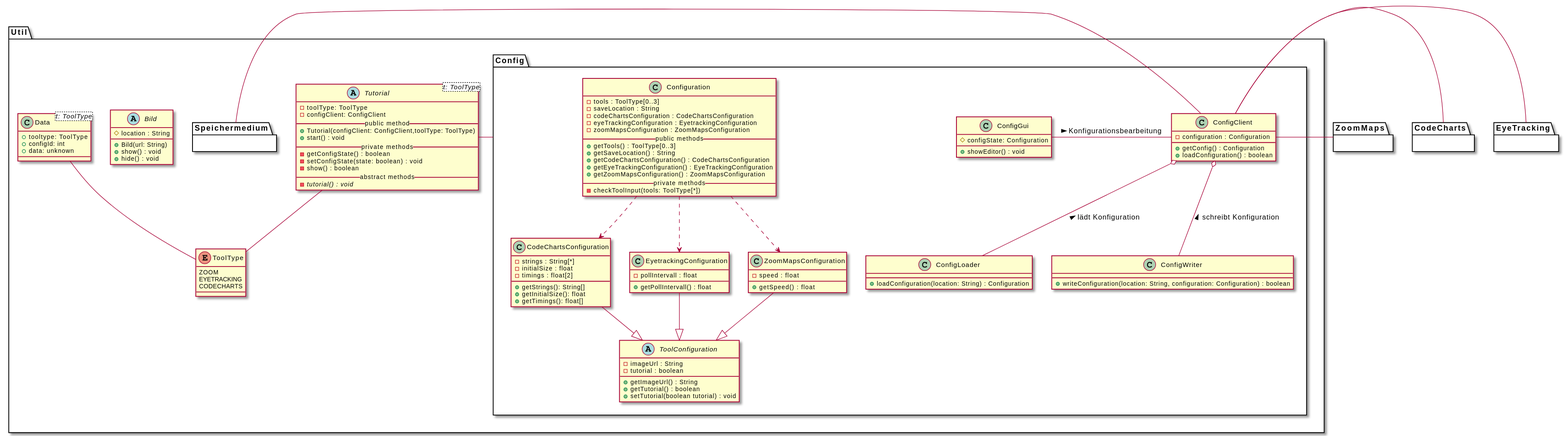
weichware-10/dokumente keeps this PlantUML diagram as uml-class/util/util.svg. Above is the earlier version. Source of this version:
```plantuml
@startuml
package ZoomMaps {}
package CodeCharts {}
package EyeTracking {}

package Util {
    abstract Tutorial<t: ToolType> {
      - toolType: ToolType
      - configClient: ConfigClient
      __public method__
      + Tutorial(configClient: ConfigClient,toolType: ToolType)
      + start() : void
      __private methods__
      - getConfigState() : boolean
      - setConfigState(state: boolean) : void
      - show() : boolean
      __abstract methods__
      - {abstract} tutorial() : void
    }

    enum ToolType {
        ZOOM
        EYETRACKING
        CODECHARTS
    }


    abstract Bild {
        # location : String
        + Bild(url: String)
        + show() : void
        + hide() : void
    }

    class Data<t: ToolType> {
        + tooltype: ToolType
        + configId: int
        + data: unknown
    }

    package Config {
        class ConfigClient {
            - configuration : Configuration
            + getConfig() : Configuration
            + loadConfiguration() : boolean
        }
        class ConfigLoader {
            + loadConfiguration(location: String) : Configuration
        }
        class ConfigWriter {
            + writeConfiguration(location: String, configuration: Configuration) : boolean
        }
        class ConfigGui {
            # configState: Configuration
            + showEditor() : void
        }
        class Configuration {
            - tools : ToolType[0..3]
            - saveLocation : String
            - codeChartsConfiguration : CodeChartsConfiguration
            - eyeTrackingConfiguration : EyetrackingConfiguration
            - zoomMapsConfiguration : ZoomMapsConfiguration
            __public methods__
            + getTools() : ToolType[0..3]
            + getSaveLocation() : String
            + getCodeChartsConfiguration() : CodeChartsConfiguration
            + getEyeTrackingConfiguration() : EyeTrackingConfiguration
            + getZoomMapsConfiguration() : ZoomMapsConfiguration
            __private methods__
            - checkToolInput(tools: ToolType[*])
        }
        class CodeChartsConfiguration {
            - strings : String[*]
            - initialSize : float
            - timings : float[2]
            + getStrings(): String[]
            + getInitialSize(): float
            + getTimings(): float[]
        }
        class EyetrackingConfiguration {
            - pollIntervall : float
            + getPollIntervall() : float
        }
        class ZoomMapsConfiguration {
            - speed : float
            + getSpeed() : float
        }
        abstract ToolConfiguration {
            - imageUrl : String
            - tutorial : boolean
            + getImageUrl() : String
            + getTutorial() : boolean
            + setTutorial(boolean tutorial) : void
        }


        ConfigClient o-d- ConfigLoader : < lädt Konfiguration

        ConfigClient o-d- ConfigWriter : < schreibt Konfiguration

        ConfigClient -l- ConfigGui : < Konfigurationsbearbeitung

        Configuration ..> ZoomMapsConfiguration
        Configuration ..> CodeChartsConfiguration
        Configuration ..> EyetrackingConfiguration

        ZoomMapsConfiguration --|> ToolConfiguration
        CodeChartsConfiguration --|> ToolConfiguration
        EyetrackingConfiguration --|> ToolConfiguration
    }

    package Speichermedium {}

    Tutorial -- ToolType
    Data -- ToolType
    Tutorial -r- Config
    ConfigClient -r- Speichermedium

}
ConfigClient -r- ZoomMaps
ConfigClient -r- CodeCharts
ConfigClient -r- EyeTracking
@enduml
```
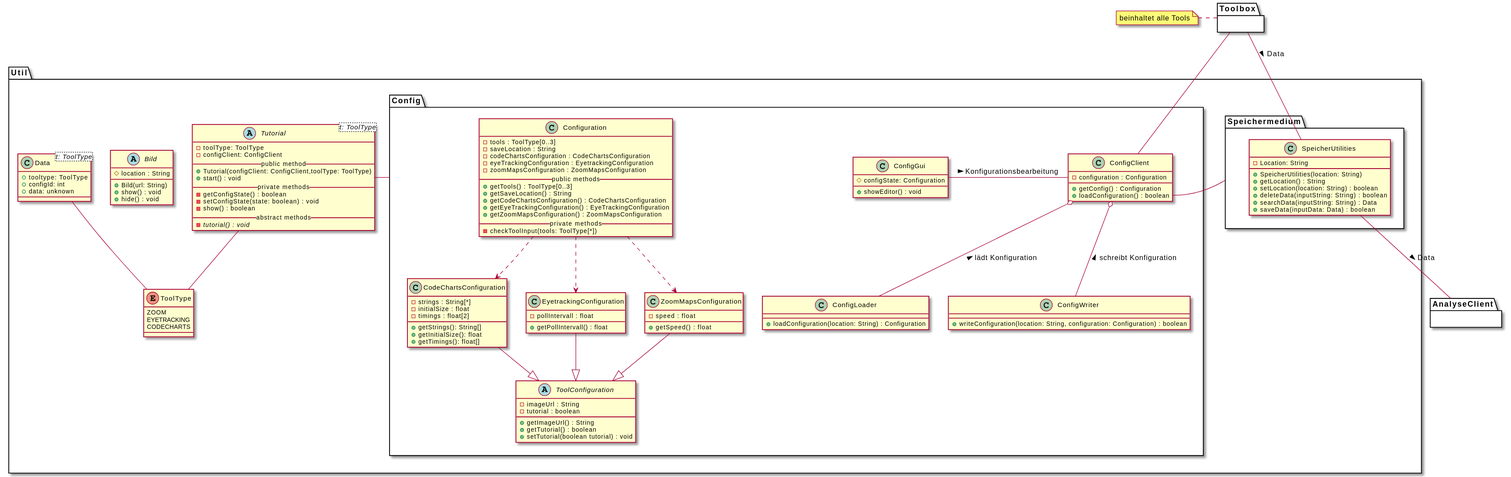
The same diagram one commit later.

Commit message:
[chore] rendered SVGs

Change to the diagram source:
```diff
@@ -1,7 +1,7 @@
 @startuml
-package ZoomMaps {}
-package CodeCharts {}
-package EyeTracking {}
+package Toolbox {}
+note left of Toolbox: beinhaltet alle Tools
+package AnalyseClient {}
 
 package Util {
     abstract Tutorial<t: ToolType> {
@@ -109,7 +109,18 @@
         EyetrackingConfiguration --|> ToolConfiguration
     }
 
-    package Speichermedium {}
+    package Speichermedium {
+        class SpeicherUtilities {
+            - Location: String
+            + SpeicherUtilities(location: String)
+            + getLocation() : String
+            + setLocation(location: String) : boolean
+            + deleteData(inputString: String) : boolean
+            + searchData(inputString: String) : Data
+            + saveData(inputData: Data) : boolean
+        }
+
+    }
 
     Tutorial -- ToolType
     Data -- ToolType
@@ -117,7 +128,7 @@
     ConfigClient -r- Speichermedium
 
 }
-ConfigClient -r- ZoomMaps
-ConfigClient -r- CodeCharts
-ConfigClient -r- EyeTracking
+ConfigClient -u- Toolbox
+SpeicherUtilities -- Toolbox : < Data
+SpeicherUtilities -- AnalyseClient : > Data
 @enduml
```
